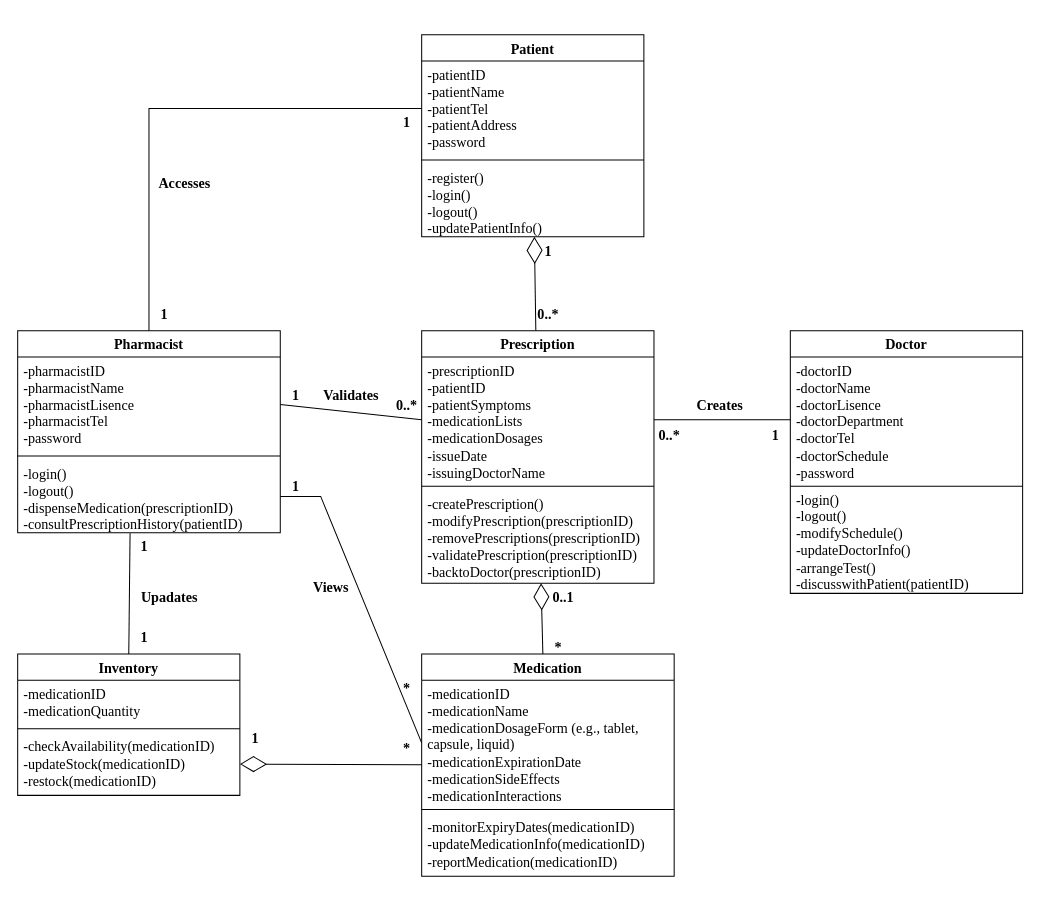
FOMOKN/Software-Engineering keeps this draw.io diagram as Class Diagram_Pharmacy.drawio. Above is the earlier version. Source tidied: cells renumbered, new cells numbered last; positions are measured from the earlier drawing's top-left corner, leaving out a move shared by most shapes. Both pictures are drawn from the tidied source at 101%, with x=0, y=0 at pixel (17, 34).
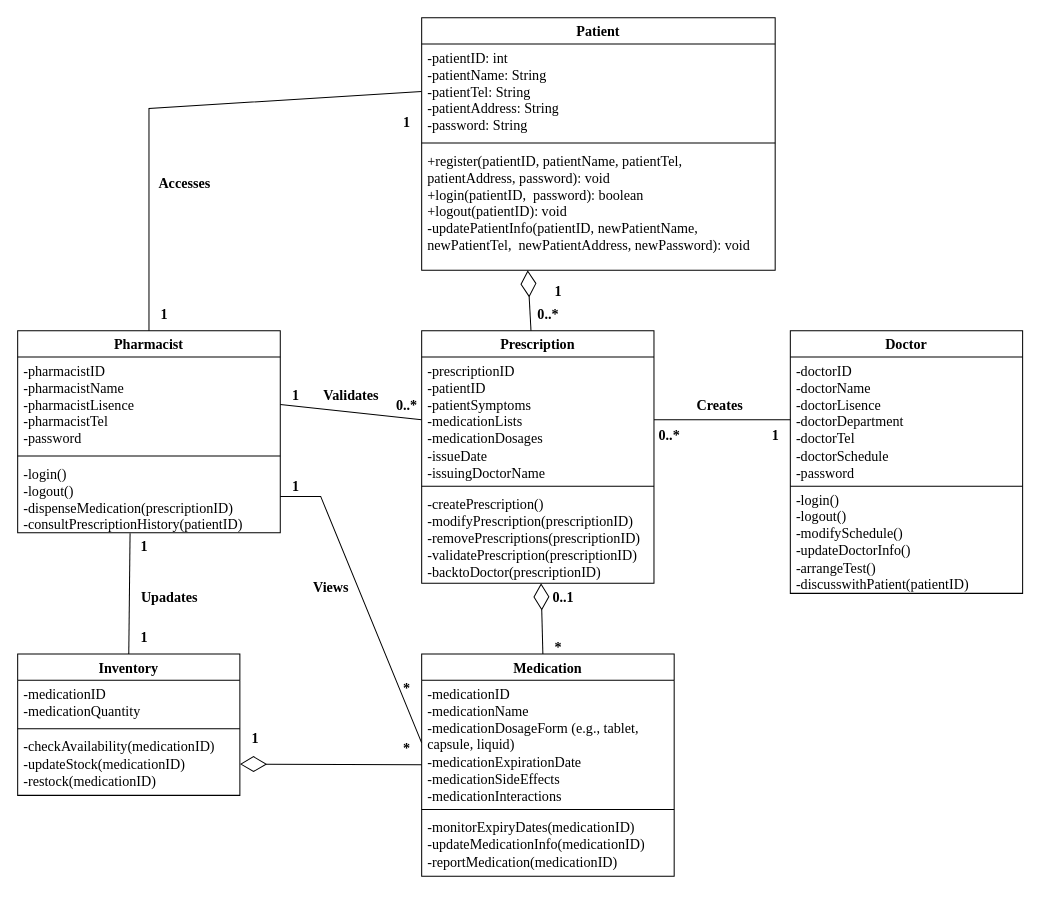
The same page after the edit.

The change refers to these unchanged cells:
```xml
<mxCell id="19" value="&lt;font style=&quot;font-size: 14px;&quot;&gt;Prescription&lt;/font&gt;" style="swimlane;fontStyle=1;align=center;verticalAlign=top;horizontal=1;startSize=26;whiteSpace=wrap;html=1;fontFamily=Times New Roman;" parent="1" vertex="1">
  <mxGeometry x="400" y="293" width="230" height="250" as="geometry" />
</mxCell>
```

What changed in the source:
```diff
@@
     <mxCell id="28" value="Patient" style="swimlane;fontStyle=1;align=center;verticalAlign=top;horizontal=1;startSize=26;whiteSpace=wrap;html=1;fontFamily=Times New Roman;fontSize=14;" parent="1" vertex="1">
-      <mxGeometry x="400" width="220" height="200" as="geometry" />
+      <mxGeometry x="400" y="-17" width="350" height="250" as="geometry" />
     </mxCell>
-    <mxCell id="29" value="-patientID&lt;br style=&quot;font-size: 14px;&quot;&gt;-patientName&lt;br style=&quot;font-size: 14px;&quot;&gt;-patientTel&lt;br style=&quot;font-size: 14px;&quot;&gt;-patientAddress&lt;br style=&quot;font-size: 14px;&quot;&gt;-password" style="text;strokeColor=none;fillColor=none;align=left;verticalAlign=top;spacingLeft=4;spacingRight=4;overflow=hidden;points=[[0,0.5],[1,0.5]];portConstraint=eastwest;whiteSpace=wrap;html=1;fontFamily=Times New Roman;fontSize=14;" parent="28" vertex="1">
-      <mxGeometry y="26" width="220" height="94" as="geometry" />
+    <mxCell id="29" value="-patientID: int&lt;br style=&quot;font-size: 14px;&quot;&gt;-patientName:&amp;nbsp;String&lt;br style=&quot;font-size: 14px;&quot;&gt;-patientTel:&amp;nbsp;String&lt;br style=&quot;font-size: 14px;&quot;&gt;-patientAddress:&amp;nbsp;String&lt;br style=&quot;font-size: 14px;&quot;&gt;-password:&amp;nbsp;String" style="text;strokeColor=none;fillColor=none;align=left;verticalAlign=top;spacingLeft=4;spacingRight=4;overflow=hidden;points=[[0,0.5],[1,0.5]];portConstraint=eastwest;whiteSpace=wrap;html=1;fontFamily=Times New Roman;fontSize=14;" parent="28" vertex="1">
+      <mxGeometry y="26" width="350" height="94" as="geometry" />
     </mxCell>
     <mxCell id="30" style="line;strokeWidth=1;fillColor=none;align=left;verticalAlign=middle;spacingTop=-1;spacingLeft=3;spacingRight=3;labelPosition=right;strokeColor=inherit;" parent="28" vertex="1">
-      <mxGeometry y="120" width="220" height="8" as="geometry" />
+      <mxGeometry y="120" width="350" height="8" as="geometry" />
     </mxCell>
-    <mxCell id="31" value="-register()&lt;br&gt;-login()&lt;br style=&quot;border-color: var(--border-color); font-size: 14px;&quot;&gt;&lt;span style=&quot;font-size: 14px;&quot;&gt;-logout()&lt;br&gt;-updatePatientInfo()&lt;br&gt;&lt;/span&gt;" style="text;strokeColor=none;fillColor=none;align=left;verticalAlign=top;spacingLeft=4;spacingRight=4;overflow=hidden;whiteSpace=wrap;html=1;fontSize=14;fontFamily=Times New Roman;" parent="28" vertex="1">
-      <mxGeometry y="128" width="220" height="72" as="geometry" />
+    <mxCell id="31" value="+register(patientID, patientName, patientTel, patientAddress, password): void&lt;br&gt;+login(patientID,&amp;nbsp; password): boolean&lt;br style=&quot;border-color: var(--border-color); font-size: 14px;&quot;&gt;+logout(patientID):&amp;nbsp;void&lt;br&gt;-updatePatientInfo(patientID, newPatientName, newPatientTel,&amp;nbsp; newPatientAddress, newPassword):&amp;nbsp;void&lt;span style=&quot;font-size: 14px;&quot;&gt;&lt;br&gt;&lt;/span&gt;" style="text;strokeColor=none;fillColor=none;align=left;verticalAlign=top;spacingLeft=4;spacingRight=4;overflow=hidden;whiteSpace=wrap;html=1;fontSize=14;fontFamily=Times New Roman;" parent="28" vertex="1">
+      <mxGeometry y="128" width="350" height="122" as="geometry" />
     </mxCell>
     <mxCell id="32" value="1" style="text;html=1;align=center;verticalAlign=middle;strokeColor=none;fillColor=none;fontFamily=Times New Roman;fontStyle=1;fontSize=14;" parent="1" vertex="1">
-      <mxGeometry x="510" y="200" width="30" height="30" as="geometry" />
+      <mxGeometry x="520" y="240" width="30" height="30" as="geometry" />
     </mxCell>
@@
-    <mxCell id="42" style="endArrow=diamondThin;endFill=0;endSize=24;html=1;rounded=0;" parent="1" edge="1" source="19" target="28">
-      <mxGeometry relative="1" as="geometry" />
+    <mxCell id="42" style="endArrow=diamondThin;endFill=0;endSize=24;html=1;rounded=0;entryX=0.397;entryY=0.989;entryDx=0;entryDy=0;entryPerimeter=0;" parent="1" edge="1" source="19">
+      <mxGeometry relative="1" as="geometry">
+        <mxPoint x="505" y="233" as="targetPoint" />
+      </mxGeometry>
     </mxCell>
```
